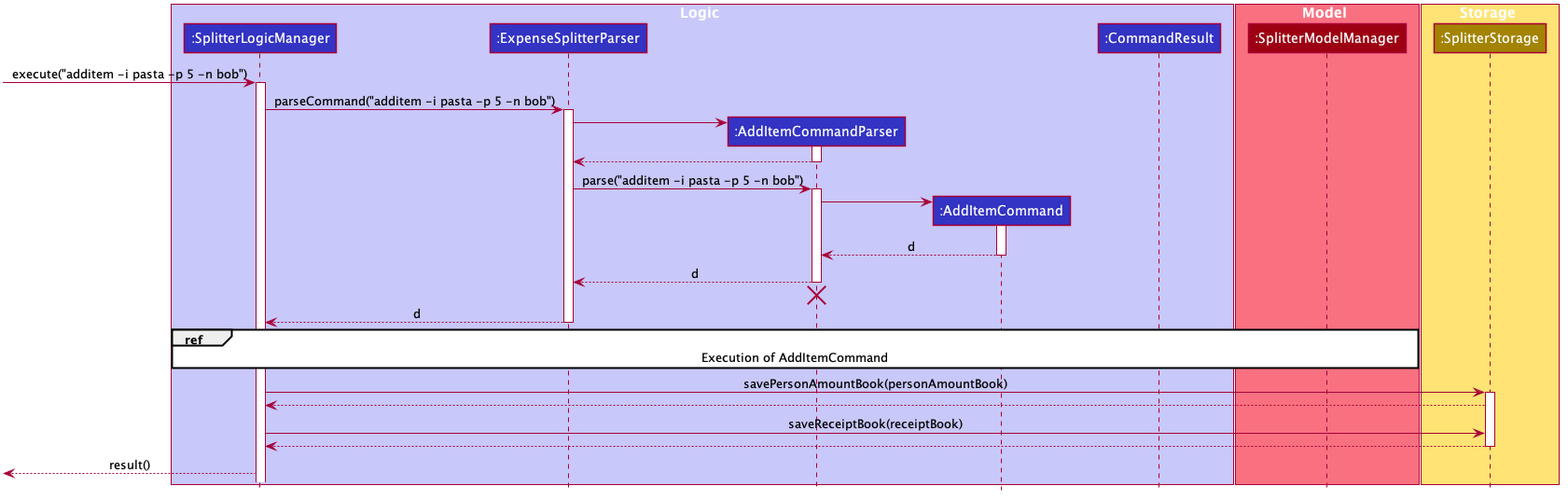
The PlantUML diagram images/ExpenseSplitterAddItemCommandSequenceDiagram.png in AY1920S2-CS2103T-W13-1/main, before a commit.
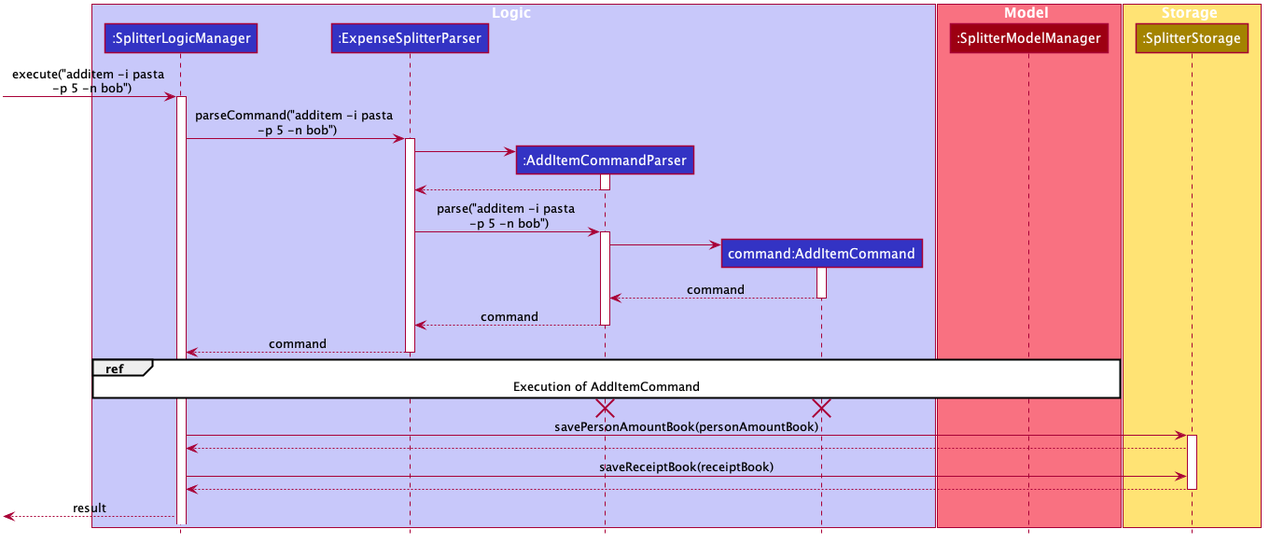
Above is the later version.

Change to the diagram source:
```diff
@@ -52,8 +52,7 @@
 participant ":SplitterLogicManager" as SplitterLogicManager #3333C4
 participant ":ExpenseSplitterParser" as ExpenseSplitterParser #3333C4
 participant ":AddItemCommandParser" as AddItemCommandParser #3333C4
-participant ":AddItemCommand" as AddItemCommand #3333C4
-participant ":CommandResult" as CommandResult #3333C4
+participant "command:AddItemCommand" as AddItemCommand #3333C4
 end box
 
 box Model #F97181
@@ -64,10 +63,10 @@
 participant ":SplitterStorage" as SplitterStorageManager #A38300
 end box
 
-[-> SplitterLogicManager : execute("additem -i pasta -p 5 -n bob")
+[-> SplitterLogicManager : execute("additem -i pasta \n -p 5 -n bob")
 activate SplitterLogicManager
 
-SplitterLogicManager -> ExpenseSplitterParser : parseCommand("additem -i pasta -p 5 -n bob")
+SplitterLogicManager -> ExpenseSplitterParser : parseCommand("additem -i pasta \n -p 5 -n bob")
 activate ExpenseSplitterParser
 
 create AddItemCommandParser
@@ -77,25 +76,27 @@
 AddItemCommandParser --> ExpenseSplitterParser
 deactivate AddItemCommandParser
 
-ExpenseSplitterParser -> AddItemCommandParser : parse("additem -i pasta -p 5 -n bob")
+ExpenseSplitterParser -> AddItemCommandParser : parse("additem -i pasta \n -p 5 -n bob")
 activate AddItemCommandParser
 
 create AddItemCommand
 AddItemCommandParser -> AddItemCommand
 activate AddItemCommand
 
-AddItemCommand --> AddItemCommandParser :d
+AddItemCommand --> AddItemCommandParser : command
 deactivate AddItemCommand
 
-AddItemCommandParser --> ExpenseSplitterParser :d
+AddItemCommandParser --> ExpenseSplitterParser : command
 deactivate AddItemCommandParser
-AddItemCommandParser -[hidden]-> ExpenseSplitterParser
-destroy AddItemCommandParser
 
-ExpenseSplitterParser --> SplitterLogicManager :d
+ExpenseSplitterParser --> SplitterLogicManager : command
 deactivate ExpenseSplitterParser
 
 ref over SplitterLogicManager, SplitterModelManager: Execution of AddItemCommand
+
+AddItemCommand -[hidden]-> AddItemCommandParser
+destroy AddItemCommand
+destroy AddItemCommandParser
 
 SplitterLogicManager -> SplitterStorageManager : savePersonAmountBook(personAmountBook)
 activate SplitterStorageManager
@@ -106,6 +107,6 @@
 SplitterStorageManager --> SplitterLogicManager
 deactivate SplitterStorageManager
 
-[<--SplitterLogicManager : result()
+[<--SplitterLogicManager : result
 deactivate SplitterStorageManager
 @enduml
```
